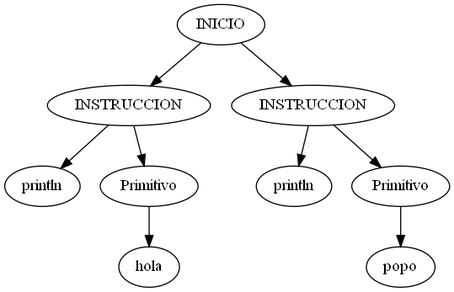
parguet/-OLC1-F1-202010751- keeps this Graphviz diagram as front/ast.png. Above is the earlier version. Its source is kept beside it as front/ast.dot.
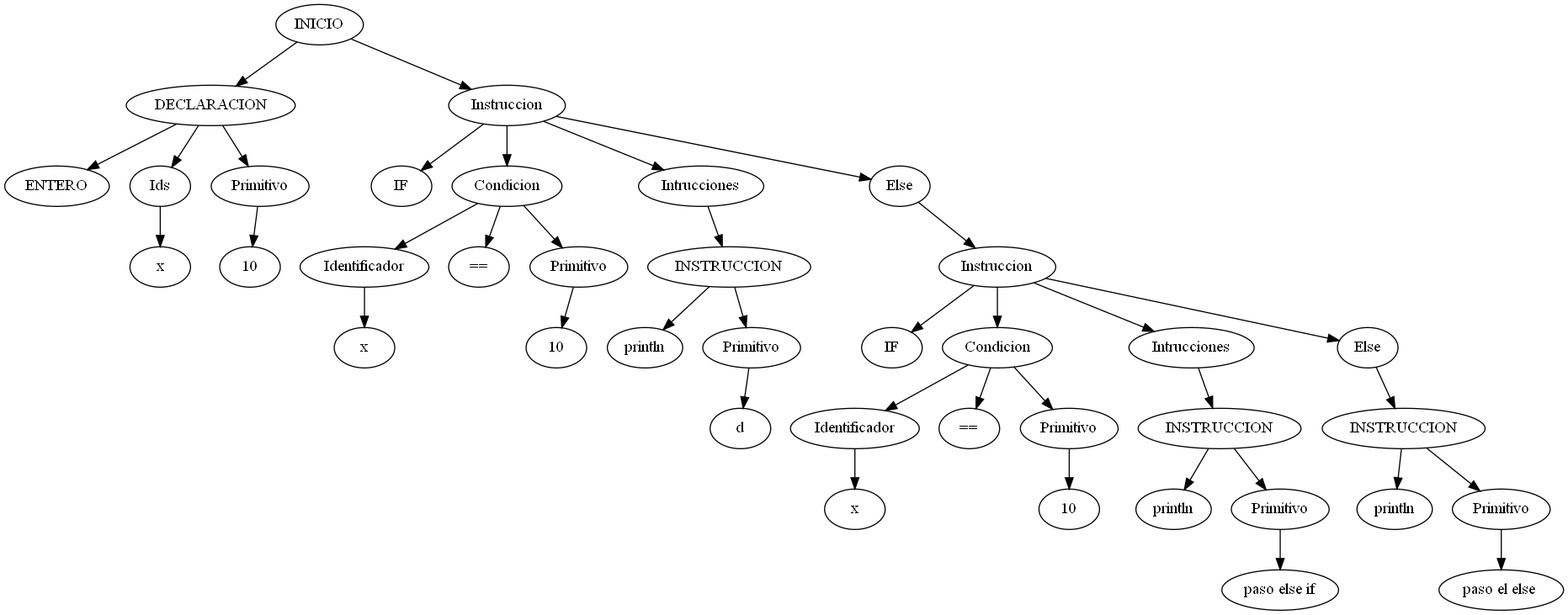
After the change.

Change to the diagram source:
```diff
@@ -2,21 +2,81 @@
 
 node0[label = "INICIO"];
 node0 -> node001
-node001[label = "INSTRUCCION"];
+node001[label = "DECLARACION"];
 node001 -> node00101
-node00101[label = "println"];
+node00101[label = "ENTERO"];
 node001 -> node00112
-node00112[label = "Primitivo"];
+node00112[label = "Ids"];
 node00112 -> node0011201
-node0011201[label = "hola"];
+node0011201[label = "x"];
+node001 -> node00123
+node00123[label = "Primitivo"];
+node00123 -> node0012301
+node0012301[label = "10"];
 node0 -> node012
-node012[label = "INSTRUCCION"];
+node012[label = "Instruccion"];
 node012 -> node01201
-node01201[label = "println"];
+node01201[label = "IF"];
 node012 -> node01212
-node01212[label = "Primitivo"];
+node01212[label = "Condicion"];
 node01212 -> node0121201
-node0121201[label = "popo"];
+node0121201[label = "Identificador"];
+node0121201 -> node012120101
+node012120101[label = "x"];
+node01212 -> node0121212
+node0121212[label = "=="];
+node01212 -> node0121223
+node0121223[label = "Primitivo"];
+node0121223 -> node012122301
+node012122301[label = "10"];
+node012 -> node01223
+node01223[label = "Intrucciones"];
+node01223 -> node0122301
+node0122301[label = "INSTRUCCION"];
+node0122301 -> node012230101
+node012230101[label = "println"];
+node0122301 -> node012230112
+node012230112[label = "Primitivo"];
+node012230112 -> node01223011201
+node01223011201[label = "d"];
+node012 -> node01234
+node01234[label = "Else"];
+node01234 -> node0123401
+node0123401[label = "Instruccion"];
+node0123401 -> node012340101
+node012340101[label = "IF"];
+node0123401 -> node012340112
+node012340112[label = "Condicion"];
+node012340112 -> node01234011201
+node01234011201[label = "Identificador"];
+node01234011201 -> node0123401120101
+node0123401120101[label = "x"];
+node012340112 -> node01234011212
+node01234011212[label = "=="];
+node012340112 -> node01234011223
+node01234011223[label = "Primitivo"];
+node01234011223 -> node0123401122301
+node0123401122301[label = "10"];
+node0123401 -> node012340123
+node012340123[label = "Intrucciones"];
+node012340123 -> node01234012301
+node01234012301[label = "INSTRUCCION"];
+node01234012301 -> node0123401230101
+node0123401230101[label = "println"];
+node01234012301 -> node0123401230112
+node0123401230112[label = "Primitivo"];
+node0123401230112 -> node012340123011201
+node012340123011201[label = "paso else if"];
+node0123401 -> node012340134
+node012340134[label = "Else"];
+node012340134 -> node01234013401
+node01234013401[label = "INSTRUCCION"];
+node01234013401 -> node0123401340101
+node0123401340101[label = "println"];
+node01234013401 -> node0123401340112
+node0123401340112[label = "Primitivo"];
+node0123401340112 -> node012340134011201
+node012340134011201[label = "paso el else "];
 
 
 }
```
